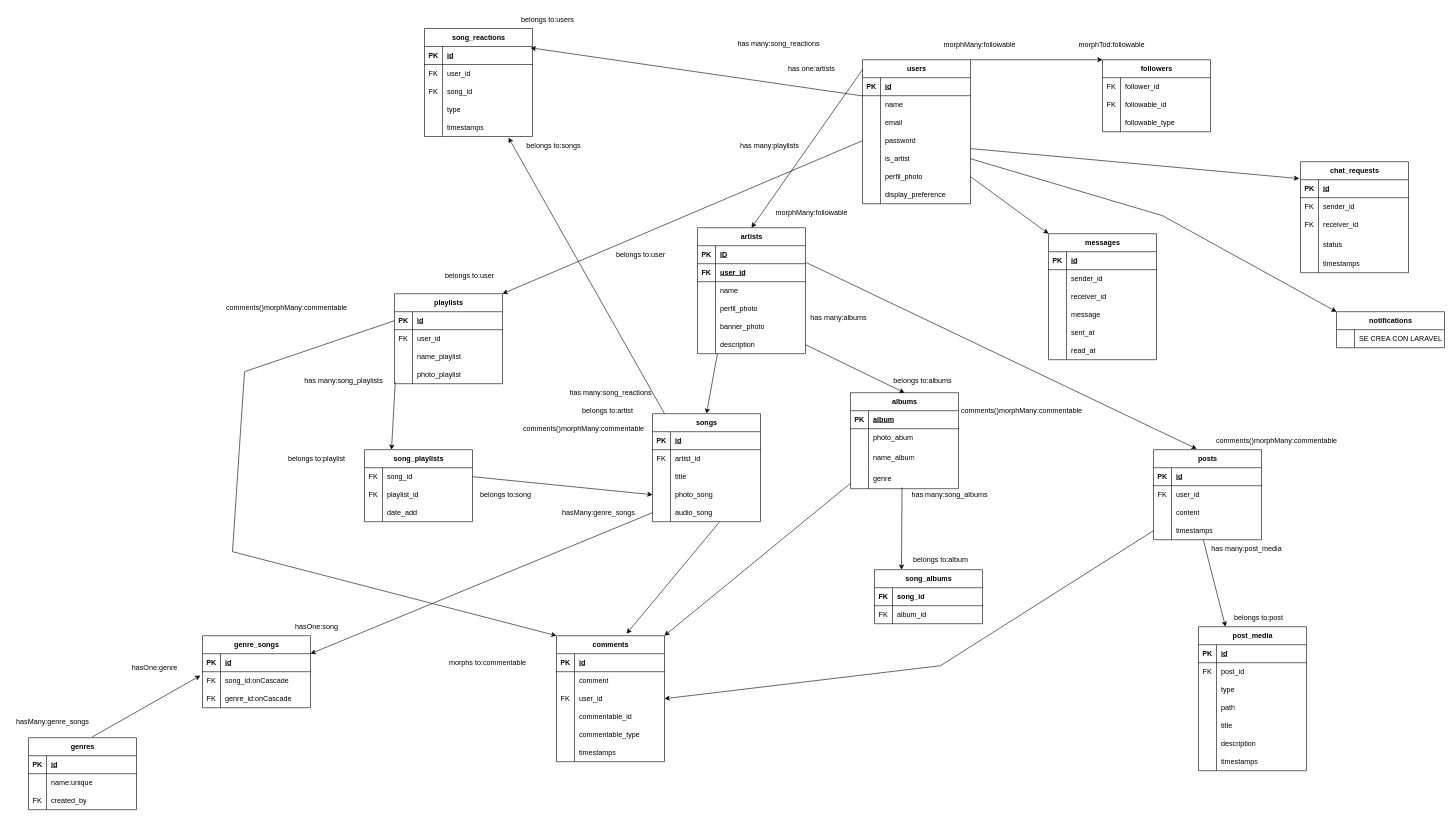
This is docs/Entity_relation_v1.drawio from AngelBaron/Yuora, a draw.io file, before an edit. Source tidied: cells renumbered, new cells numbered last; positions are measured from the earlier drawing's top-left corner, leaving out a move shared by most shapes. Both pictures are drawn from the tidied source at 60%, with x=0, y=0 at pixel (10, 10).
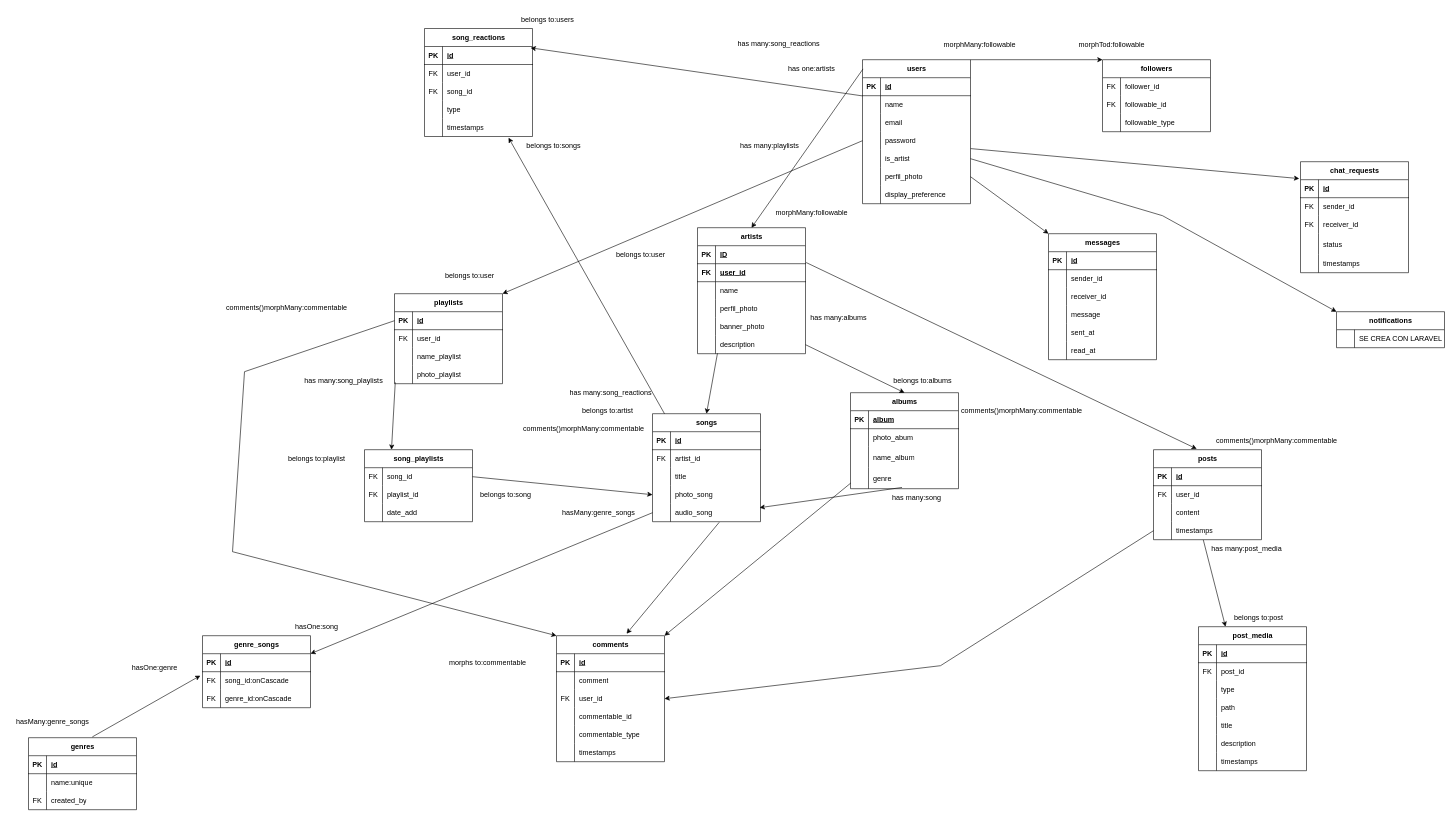
After the change.

The change refers to these unchanged cells:
```xml
<mxCell id="56" style="shape=tableRow;horizontal=0;startSize=0;swimlaneHead=0;swimlaneBody=0;fillColor=none;points=[[0,0.5],[1,0.5]];portConstraint=eastwest;top=0;left=0;right=0;bottom=0;" parent="43" vertex="1">
  <mxGeometry y="150" width="180" height="30" as="geometry" />
</mxCell>
<mxCell id="69" style="shape=tableRow;horizontal=0;startSize=0;swimlaneHead=0;swimlaneBody=0;fillColor=none;points=[[0,0.5],[1,0.5]];portConstraint=eastwest;top=0;left=0;right=0;bottom=0;" parent="59" vertex="1">
  <mxGeometry y="125" width="180" height="35" as="geometry" />
</mxCell>
```

Diff of the diagram source:
```diff
@@
-    <mxCell id="72" value="song_albums" style="shape=table;startSize=30;childLayout=tableLayout;rowLines=0;fontStyle=1;align=center;html=1;" parent="1" vertex="1">
-      <mxGeometry x="1440" y="932" width="180" height="90" as="geometry" />
-    </mxCell>
-    <mxCell id="73" style="shape=tableRow;horizontal=0;startSize=0;swimlaneHead=0;swimlaneBody=0;fillColor=none;top=0;left=0;right=0;bottom=1;" parent="72" vertex="1">
-      <mxGeometry y="30" width="180" height="30" as="geometry" />
-    </mxCell>
-    <mxCell id="74" value="FK" style="shape=partialRectangle;fillColor=none;top=0;left=0;bottom=0;right=0;fontStyle=1;overflow=hidden;whiteSpace=wrap;html=1;" parent="73" vertex="1">
-      <mxGeometry width="30" height="30" as="geometry" />
-    </mxCell>
-    <mxCell id="75" value="song_id" style="shape=partialRectangle;fillColor=none;top=0;left=0;bottom=0;right=0;align=left;spacingLeft=6;fontStyle=1;overflow=hidden;whiteSpace=wrap;html=1;" parent="73" vertex="1">
-      <mxGeometry x="30" width="150" height="30" as="geometry" />
-    </mxCell>
-    <mxCell id="76" style="shape=tableRow;horizontal=0;startSize=0;swimlaneHead=0;swimlaneBody=0;fillColor=none;top=0;left=0;right=0;bottom=0;" parent="72" vertex="1">
-      <mxGeometry y="60" width="180" height="30" as="geometry" />
-    </mxCell>
-    <mxCell id="77" value="FK" style="shape=partialRectangle;fillColor=none;top=0;left=0;bottom=0;right=0;overflow=hidden;whiteSpace=wrap;html=1;" parent="76" vertex="1">
-      <mxGeometry width="30" height="30" as="geometry" />
-    </mxCell>
-    <mxCell id="78" value="album_id" style="shape=partialRectangle;fillColor=none;top=0;left=0;bottom=0;right=0;align=left;spacingLeft=6;overflow=hidden;whiteSpace=wrap;html=1;" parent="76" vertex="1">
-      <mxGeometry x="30" width="150" height="30" as="geometry" />
-    </mxCell>
@@
-    <mxCell id="218" style="endArrow=classic;html=1;rounded=0;exitX=0.477;exitY=0.94;exitDx=0;exitDy=0;exitPerimeter=0;entryX=0.25;entryY=0;entryDx=0;entryDy=0;" parent="1" edge="1" source="69" target="72">
+    <mxCell id="218" style="endArrow=classic;html=1;rounded=0;exitX=0.477;exitY=0.94;exitDx=0;exitDy=0;exitPerimeter=0;entryX=0.992;entryY=0.222;entryDx=0;entryDy=0;entryPerimeter=0;" parent="1" edge="1" source="69" target="56">
       <mxGeometry relative="1" as="geometry" />
     </mxCell>
-    <mxCell id="219" value="has many:song_albums" style="text;html=1;align=center;verticalAlign=middle;strokeColor=none;fillColor=none;" parent="1" vertex="1">
-      <mxGeometry x="1490" y="792" width="150" height="30" as="geometry" />
+    <mxCell id="219" value="has many:song" style="text;html=1;align=center;verticalAlign=middle;strokeColor=none;fillColor=none;" parent="1" vertex="1">
+      <mxGeometry x="1460" y="797" width="100" height="30" as="geometry" />
     </mxCell>
-    <mxCell id="220" value="belongs to:album" style="text;html=1;align=center;verticalAlign=middle;strokeColor=none;fillColor=none;" parent="1" vertex="1">
-      <mxGeometry x="1495" y="900" width="110" height="30" as="geometry" />
-    </mxCell>
```
